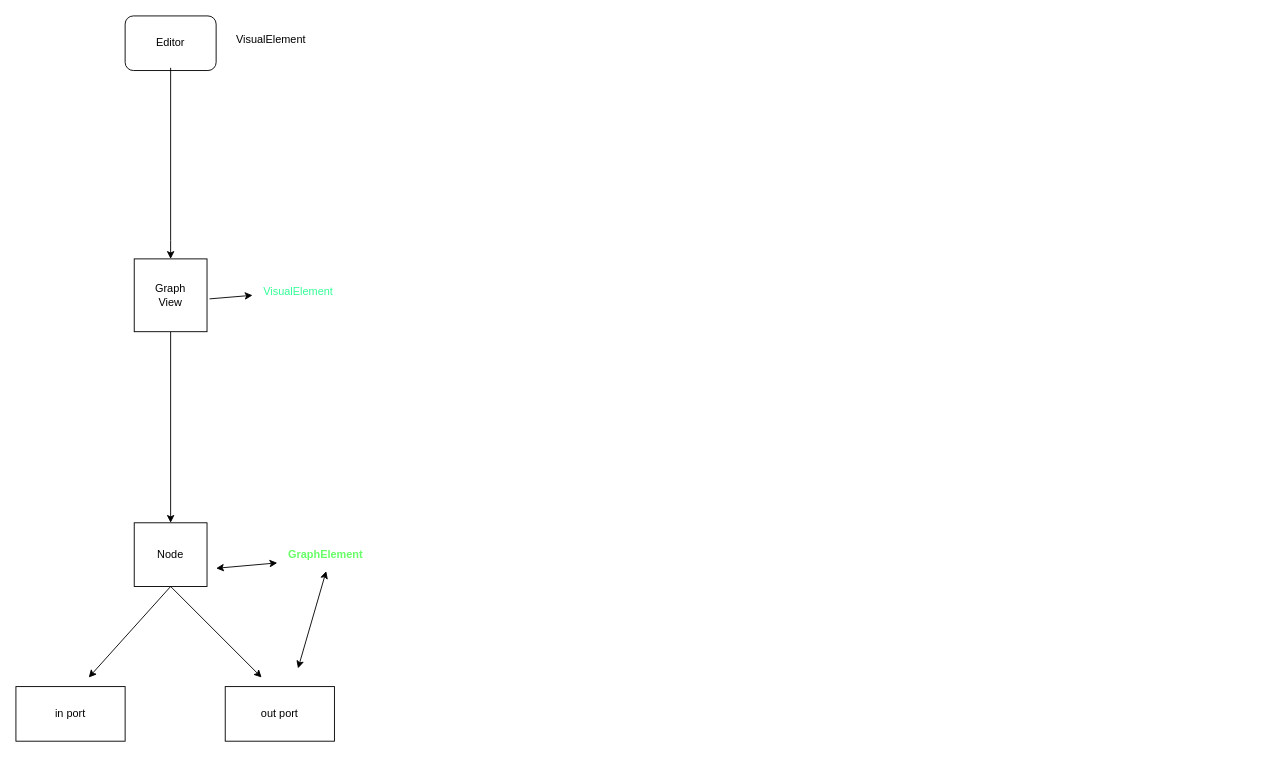
Before: UIToolkit/GraphVew可视化节点.drawio in xzp3094997376/DrawIO, a draw.io diagram. Source tidied: cells renumbered, new cells numbered last; positions are measured from the earlier drawing's top-left corner, leaving out a move shared by most shapes. Both pictures are drawn from the tidied source at 91%, with x=0, y=0 at pixel (15, 15).
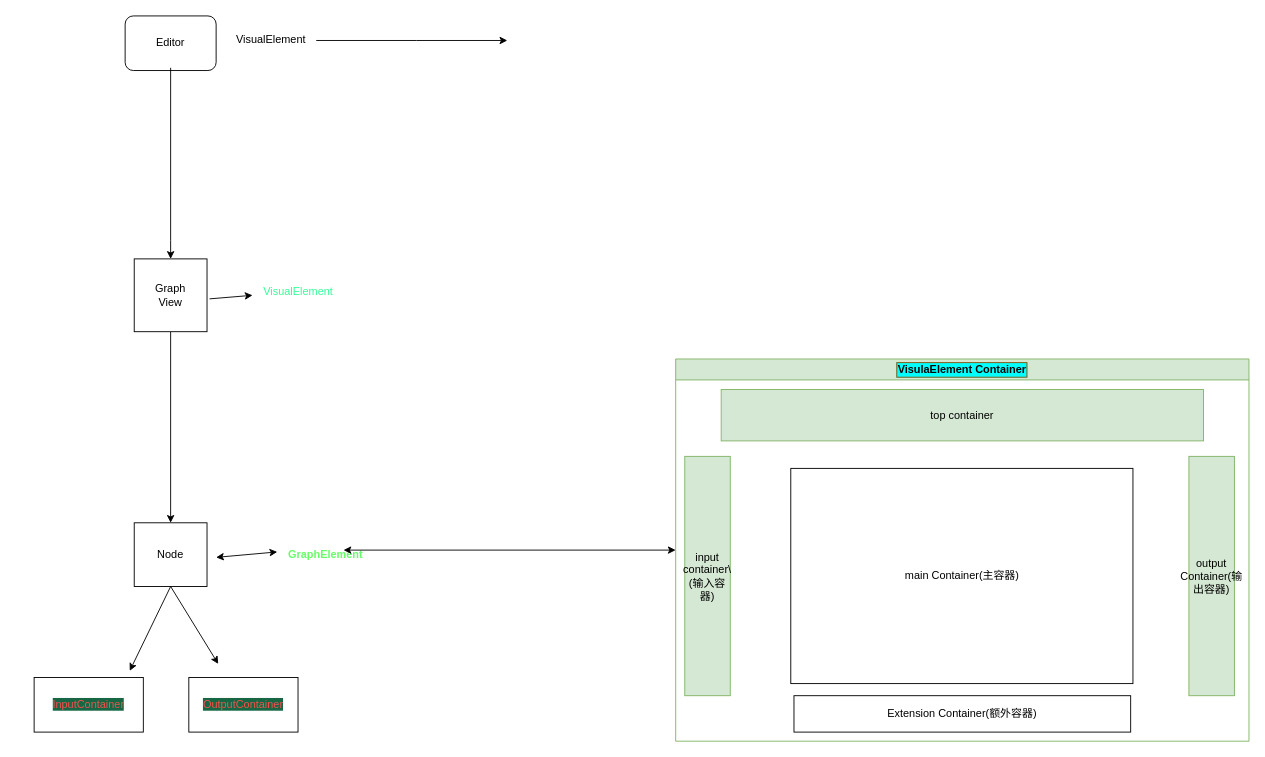
Above is the later version.

Commit message:
更新GraphVew可视化节点.drawio

Unchanged cells that the change refers to:
```xml
<mxCell id="8" value="&lt;b&gt;&lt;font style=&quot;--darkreader-inline-color: #8cff7b;&quot; color=&quot;#66ff66&quot;&gt;GraphElement&lt;/font&gt;&lt;/b&gt;" style="text;html=1;align=center;verticalAlign=middle;points=[];strokeColor=none;fillColor=none;" parent="1" vertex="1">
  <mxGeometry x="285" y="577" width="110" height="30" as="geometry" />
</mxCell>
```

Change to the diagram source:
```diff
@@
-    <mxCell id="11" style="endArrow=classic;html=1;rounded=0;" parent="1" edge="1">
+    <mxCell id="11" style="endArrow=classic;html=1;rounded=0;entryX=0.951;entryY=0.756;entryDx=0;entryDy=0;entryPerimeter=0;" parent="1" edge="1">
       <mxGeometry relative="1" as="geometry">
         <mxPoint x="170" y="627" as="sourcePoint" />
-        <mxPoint x="80" y="727" as="targetPoint" />
+        <mxPoint x="125.1" y="719.7" as="targetPoint" />
       </mxGeometry>
     </mxCell>
-    <mxCell id="12" style="endArrow=classic;html=1;rounded=0;" parent="1" edge="1">
+    <mxCell id="12" style="endArrow=classic;html=1;rounded=0;entryX=0.021;entryY=0.503;entryDx=0;entryDy=0;entryPerimeter=0;" parent="1" edge="1">
       <mxGeometry relative="1" as="geometry">
         <mxPoint x="170" y="627" as="sourcePoint" />
-        <mxPoint x="270" y="727" as="targetPoint" />
+        <mxPoint x="222.3" y="712.1" as="targetPoint" />
       </mxGeometry>
     </mxCell>
-    <mxCell id="13" value="i&lt;span style=&quot;background-color: initial; color: rgb(0, 0, 0); --darkreader-inline-bgcolor: initial; --darkreader-inline-color: #fffbec;&quot;&gt;n port&lt;/span&gt;" style="whiteSpace=wrap;html=1;" parent="1" vertex="1">
-      <mxGeometry y="737" width="120" height="60" as="geometry" />
+    <mxCell id="13" value="&lt;span style=&quot;color: rgb(241, 82, 76); text-wrap: nowrap; background-color: rgb(23, 103, 69); --darkreader-inline-color: #eb6c60; --darkreader-inline-bgcolor: #22533a;&quot;&gt;InputContainer&lt;/span&gt;" style="whiteSpace=wrap;html=1;" parent="1" vertex="1">
+      <mxGeometry x="20" y="727" width="120" height="60" as="geometry" />
     </mxCell>
-    <mxCell id="14" value="out port" style="whiteSpace=wrap;html=1;" parent="1" vertex="1">
-      <mxGeometry x="230" y="737" width="120" height="60" as="geometry" />
+    <mxCell id="14" value="&lt;span style=&quot;color: rgb(241, 82, 76); text-wrap: nowrap; background-color: rgb(23, 103, 69); --darkreader-inline-color: #eb6c60; --darkreader-inline-bgcolor: #22533a;&quot;&gt;OutputContainer&lt;/span&gt;" style="whiteSpace=wrap;html=1;" parent="1" vertex="1">
+      <mxGeometry x="190" y="727" width="120" height="60" as="geometry" />
     </mxCell>
-    <mxCell id="15" style="endArrow=classic;startArrow=classic;html=1;rounded=0;entryX=0.509;entryY=1.101;entryDx=0;entryDy=0;entryPerimeter=0;" parent="1" edge="1" target="8">
+    <mxCell id="15" style="endArrow=classic;startArrow=classic;html=1;rounded=0;exitX=0;exitY=0.5;exitDx=0;exitDy=0;" parent="1" edge="1" source="18">
       <mxGeometry relative="1" as="geometry">
-        <mxPoint x="310" y="717" as="sourcePoint" />
+        <mxPoint x="360" y="587" as="targetPoint" />
       </mxGeometry>
     </mxCell>
-    <mxCell id="16" style="endArrow=classic;startArrow=classic;html=1;rounded=0;entryX=0.02;entryY=0.802;entryDx=0;entryDy=0;entryPerimeter=0;" parent="1" edge="1" target="8">
+    <mxCell id="16" style="endArrow=classic;startArrow=classic;html=1;rounded=0;entryX=0.02;entryY=0.802;entryDx=0;entryDy=0;entryPerimeter=0;" parent="1" edge="1">
       <mxGeometry relative="1" as="geometry">
-        <mxPoint x="220" y="607" as="sourcePoint" />
+        <mxPoint x="220" y="595" as="sourcePoint" />
+        <mxPoint x="287.2" y="589" as="targetPoint" />
       </mxGeometry>
     </mxCell>
+    <mxCell id="17" style="endArrow=classic;html=1;rounded=0;" parent="1" edge="1">
+      <mxGeometry relative="1" as="geometry">
+        <mxPoint x="330" y="27" as="sourcePoint" />
+        <mxPoint x="540" y="27" as="targetPoint" />
+        <Array as="points">
+          <mxPoint x="440" y="27" />
+        </Array>
+      </mxGeometry>
+    </mxCell>
+    <mxCell id="18" value="VisulaElement Container" style="swimlane;whiteSpace=wrap;html=1;labelBackgroundColor=#00FFFF;labelBorderColor=#994C00;textShadow=0;fillColor=#d5e8d4;strokeColor=#82b366;swimlaneFillColor=default;rounded=0;" parent="1" vertex="1">
+      <mxGeometry x="725" y="377" width="630" height="420" as="geometry" />
+    </mxCell>
+    <mxCell id="19" value="input container\(输入容器)" style="rounded=0;whiteSpace=wrap;html=1;fillColor=#d5e8d4;strokeColor=#82b366;swimlaneFillColor=default;" parent="18" vertex="1">
+      <mxGeometry x="10" y="107" width="50" height="263" as="geometry" />
+    </mxCell>
+    <mxCell id="20" value="output Container(输出容器)" style="rounded=0;whiteSpace=wrap;html=1;fillColor=#d5e8d4;strokeColor=#82b366;swimlaneFillColor=default;" parent="18" vertex="1">
+      <mxGeometry x="564" y="107" width="50" height="263" as="geometry" />
+    </mxCell>
+    <mxCell id="21" value="top container" style="rounded=0;whiteSpace=wrap;html=1;fillColor=#d5e8d4;strokeColor=#82b366;swimlaneFillColor=default;" parent="18" vertex="1">
+      <mxGeometry x="50" y="33.5" width="530" height="56.5" as="geometry" />
+    </mxCell>
+    <mxCell id="22" value="main Container(主容器)" style="rounded=0;whiteSpace=wrap;html=1;" parent="18" vertex="1">
+      <mxGeometry x="126.5" y="120.2" width="376" height="236.5" as="geometry" />
+    </mxCell>
+    <mxCell id="23" value="Extension Container(额外容器)" style="rounded=0;whiteSpace=wrap;html=1;" parent="18" vertex="1">
+      <mxGeometry x="130" y="370" width="370" height="40" as="geometry" />
+    </mxCell>
```
